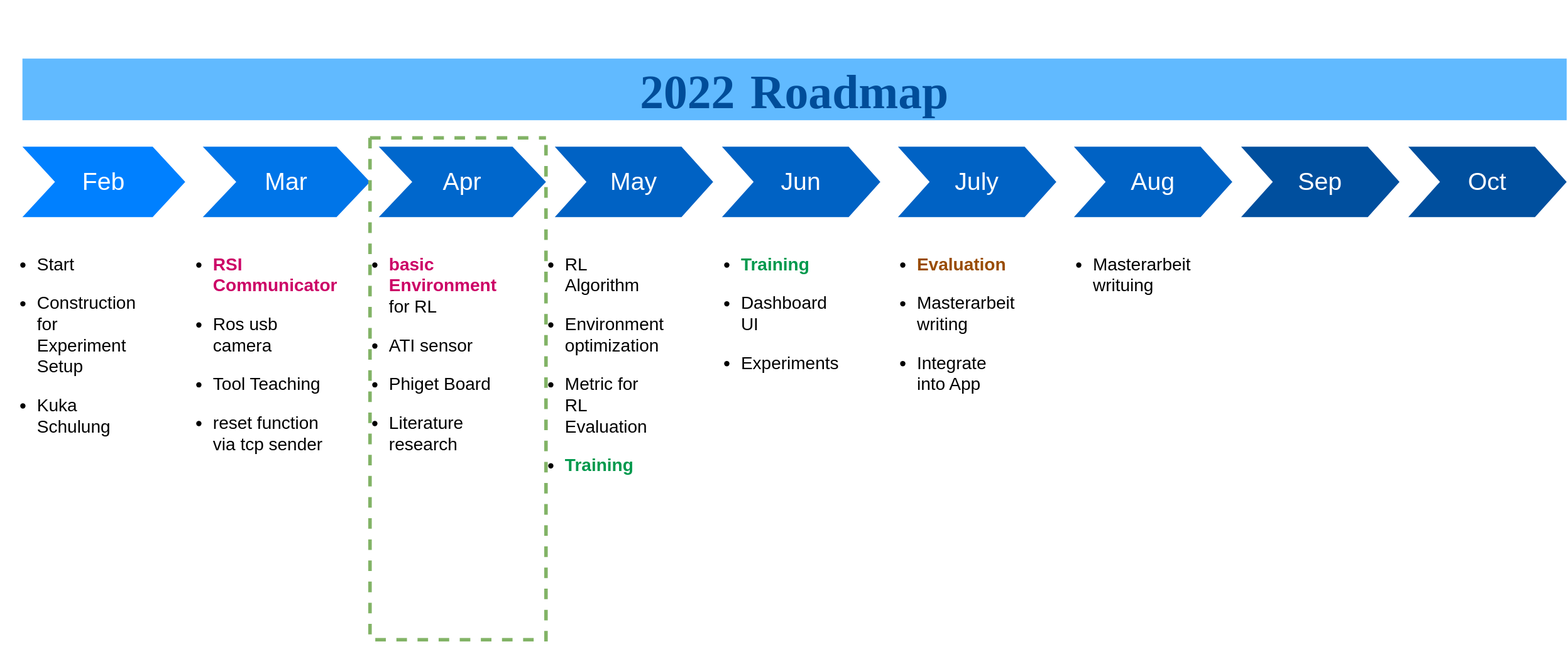
This is Roadmap.svg from TONiiV/flowcharts, a draw.io export, as it was before one commit. Source tidied: cells renumbered, new cells last; positions are measured from the earlier drawing's top-left corner, leaving out a move shared by most shapes.
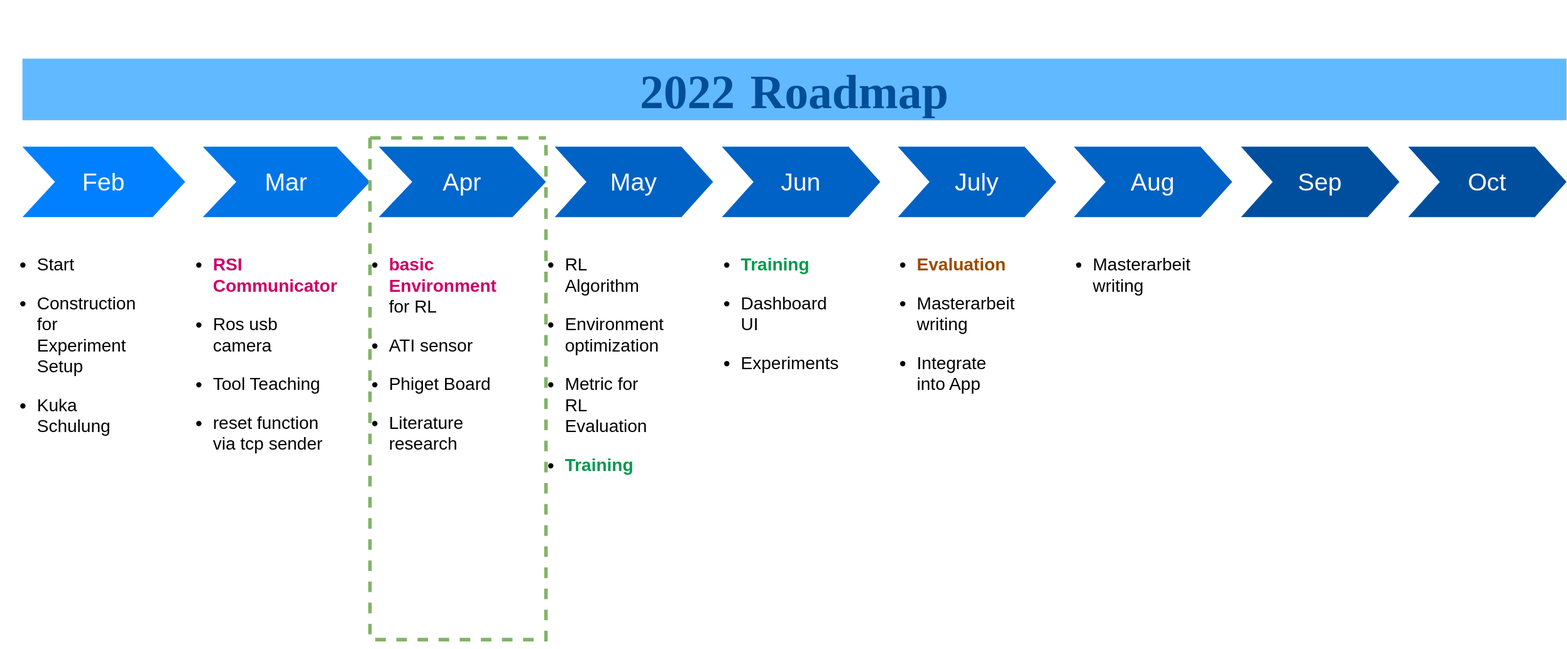
The same diagram one commit later.

Diff of the diagram source:
```diff
@@ -32,7 +32,7 @@
     <mxCell id="11" value="&lt;ul style=&quot;font-size: 20px&quot;&gt;&lt;li&gt;&lt;font color=&quot;#00994D&quot;&gt;&lt;b&gt;Training&lt;/b&gt;&lt;/font&gt;&lt;/li&gt;&lt;/ul&gt;&lt;ul style=&quot;font-size: 20px&quot;&gt;&lt;li&gt;Dashboard UI&lt;/li&gt;&lt;/ul&gt;&lt;ul style=&quot;font-size: 20px&quot;&gt;&lt;li&gt;Experiments&lt;br&gt;&lt;/li&gt;&lt;/ul&gt;" style="text;spacingTop=-5;fillColor=#ffffff;whiteSpace=wrap;html=1;align=left;fontSize=12;fontFamily=Helvetica;fillColor=none;strokeColor=none;" parent="1" vertex="1">
       <mxGeometry x="800" y="200" width="140" height="470" as="geometry" />
     </mxCell>
-    <mxCell id="12" value="&lt;ul style=&quot;font-size: 20px&quot;&gt;&lt;li&gt;Masterarbeit writuing&lt;br&gt;&lt;/li&gt;&lt;/ul&gt;" style="text;spacingTop=-5;fillColor=#ffffff;whiteSpace=wrap;html=1;align=left;fontSize=12;fontFamily=Helvetica;fillColor=none;strokeColor=none;" parent="1" vertex="1">
+    <mxCell id="12" value="&lt;ul style=&quot;font-size: 20px&quot;&gt;&lt;li&gt;Masterarbeit writing&lt;br&gt;&lt;/li&gt;&lt;/ul&gt;" style="text;spacingTop=-5;fillColor=#ffffff;whiteSpace=wrap;html=1;align=left;fontSize=12;fontFamily=Helvetica;fillColor=none;strokeColor=none;" parent="1" vertex="1">
       <mxGeometry x="1200" y="200" width="140" height="470" as="geometry" />
     </mxCell>
     <mxCell id="13" value="&lt;ul style=&quot;font-size: 20px&quot;&gt;&lt;li&gt;&lt;b&gt;&lt;font color=&quot;#994C00&quot;&gt;Evaluation&lt;/font&gt;&lt;/b&gt;&lt;/li&gt;&lt;/ul&gt;&lt;ul style=&quot;font-size: 20px&quot;&gt;&lt;li&gt;Masterarbeit writing&lt;/li&gt;&lt;/ul&gt;&lt;ul style=&quot;font-size: 20px&quot;&gt;&lt;li&gt;Integrate into App&lt;br&gt;&lt;/li&gt;&lt;/ul&gt;" style="text;spacingTop=-5;fillColor=#ffffff;whiteSpace=wrap;html=1;align=left;fontSize=12;fontFamily=Helvetica;fillColor=none;strokeColor=none;" parent="1" vertex="1">
```
